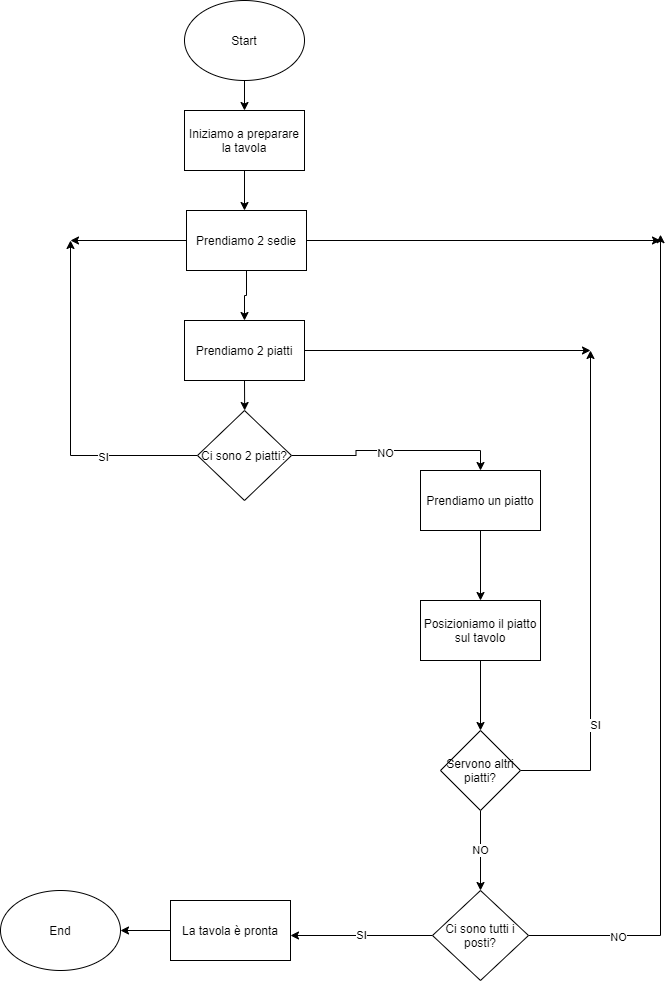
The draw.io diagram Img/Contare i posti a tavola di 2 in 2.png in davidemontagna/human-code, before a commit. Source tidied: cells renumbered, new cells last; positions are measured from the earlier drawing's top-left corner, leaving out a move shared by most shapes. Its diagram source:
```xml
<mxGraphModel>
  <root>
    <mxCell id="0" />
    <mxCell id="1" parent="0" />
    <mxCell id="2" style="edgeStyle=orthogonalEdgeStyle;rounded=0;jettySize=auto;html=1;" parent="1" edge="1" source="3" target="5">
      <mxGeometry relative="1" as="geometry" />
    </mxCell>
    <mxCell id="3" value="Start" style="ellipse;whiteSpace=wrap;html=1;" parent="1" vertex="1">
      <mxGeometry x="184" width="120" height="80" as="geometry" />
    </mxCell>
    <mxCell id="4" style="edgeStyle=orthogonalEdgeStyle;rounded=0;jettySize=auto;html=1;" parent="1" edge="1" source="5">
      <mxGeometry relative="1" as="geometry">
        <mxPoint x="244" y="210" as="targetPoint" />
      </mxGeometry>
    </mxCell>
    <mxCell id="5" value="Iniziamo a preparare la tavola" style="rounded=0;whiteSpace=wrap;html=1;" parent="1" vertex="1">
      <mxGeometry x="184" y="110" width="120" height="60" as="geometry" />
    </mxCell>
    <mxCell id="6" style="edgeStyle=orthogonalEdgeStyle;rounded=0;jettySize=auto;html=1;" parent="1" edge="1" source="9">
      <mxGeometry relative="1" as="geometry">
        <mxPoint x="244" y="320" as="targetPoint" />
      </mxGeometry>
    </mxCell>
    <mxCell id="7" style="edgeStyle=orthogonalEdgeStyle;rounded=0;jettySize=auto;html=1;" parent="1" edge="1" source="9">
      <mxGeometry relative="1" as="geometry">
        <mxPoint x="660" y="240" as="targetPoint" />
      </mxGeometry>
    </mxCell>
    <mxCell id="8" style="edgeStyle=orthogonalEdgeStyle;rounded=0;jettySize=auto;html=1;" parent="1" edge="1" source="9">
      <mxGeometry relative="1" as="geometry">
        <mxPoint x="70" y="240" as="targetPoint" />
      </mxGeometry>
    </mxCell>
    <mxCell id="9" value="Prendiamo 2 sedie" style="whiteSpace=wrap;html=1;" parent="1" vertex="1">
      <mxGeometry x="186" y="210" width="120" height="60" as="geometry" />
    </mxCell>
    <mxCell id="10" style="edgeStyle=orthogonalEdgeStyle;rounded=0;jettySize=auto;html=1;" parent="1" edge="1" source="11">
      <mxGeometry relative="1" as="geometry">
        <mxPoint x="480" y="600" as="targetPoint" />
      </mxGeometry>
    </mxCell>
    <mxCell id="11" value="Prendiamo un piatto" style="whiteSpace=wrap;html=1;" parent="1" vertex="1">
      <mxGeometry x="420" y="470" width="120" height="60" as="geometry" />
    </mxCell>
    <mxCell id="12" style="edgeStyle=orthogonalEdgeStyle;rounded=0;jettySize=auto;html=1;exitX=0.5;exitY=1;exitDx=0;exitDy=0;" parent="1" edge="1" source="14">
      <mxGeometry relative="1" as="geometry">
        <mxPoint x="244.2" y="410" as="targetPoint" />
      </mxGeometry>
    </mxCell>
    <mxCell id="13" style="edgeStyle=orthogonalEdgeStyle;rounded=0;jettySize=auto;html=1;" parent="1" edge="1" source="14">
      <mxGeometry relative="1" as="geometry">
        <mxPoint x="590" y="350" as="targetPoint" />
      </mxGeometry>
    </mxCell>
    <mxCell id="14" value="Prendiamo 2 piatti" style="whiteSpace=wrap;html=1;" parent="1" vertex="1">
      <mxGeometry x="184" y="320" width="120" height="60" as="geometry" />
    </mxCell>
    <mxCell id="15" style="edgeStyle=orthogonalEdgeStyle;rounded=0;jettySize=auto;html=1;" parent="1" edge="1" source="19">
      <mxGeometry relative="1" as="geometry">
        <mxPoint x="70" y="240" as="targetPoint" />
      </mxGeometry>
    </mxCell>
    <mxCell id="16" value="SI" style="edgeLabel;html=1;align=center;verticalAlign=middle;" parent="15" vertex="1">
      <mxGeometry x="-0.44" y="1" relative="1" as="geometry" />
    </mxCell>
    <mxCell id="17" style="edgeStyle=orthogonalEdgeStyle;rounded=0;jettySize=auto;html=1;exitX=1;exitY=0.5;exitDx=0;exitDy=0;entryX=0.5;entryY=0;entryDx=0;entryDy=0;" parent="1" edge="1" source="19" target="11">
      <mxGeometry relative="1" as="geometry" />
    </mxCell>
    <mxCell id="18" value="NO" style="edgeLabel;html=1;align=center;verticalAlign=middle;" parent="17" vertex="1">
      <mxGeometry x="-0.08" y="-2" relative="1" as="geometry" />
    </mxCell>
    <mxCell id="19" value="Ci sono 2 piatti?" style="rhombus;whiteSpace=wrap;html=1;" parent="1" vertex="1">
      <mxGeometry x="197" y="410" width="94" height="90" as="geometry" />
    </mxCell>
    <mxCell id="20" style="edgeStyle=orthogonalEdgeStyle;rounded=0;jettySize=auto;html=1;entryX=0.5;entryY=0;entryDx=0;entryDy=0;" parent="1" edge="1" source="21" target="25">
      <mxGeometry relative="1" as="geometry" />
    </mxCell>
    <mxCell id="21" value="Posizioniamo il piatto sul tavolo" style="whiteSpace=wrap;html=1;" parent="1" vertex="1">
      <mxGeometry x="420" y="600" width="120" height="60" as="geometry" />
    </mxCell>
    <mxCell id="22" style="edgeStyle=orthogonalEdgeStyle;rounded=0;jettySize=auto;html=1;exitX=1;exitY=0.5;exitDx=0;exitDy=0;" parent="1" edge="1" source="25">
      <mxGeometry relative="1" as="geometry">
        <mxPoint x="590" y="350" as="targetPoint" />
      </mxGeometry>
    </mxCell>
    <mxCell id="23" value="SI" style="edgeLabel;html=1;align=center;verticalAlign=middle;" parent="22" vertex="1">
      <mxGeometry x="-0.53" y="-4" relative="1" as="geometry" />
    </mxCell>
    <mxCell id="24" value="NO" style="edgeStyle=orthogonalEdgeStyle;rounded=0;jettySize=auto;html=1;entryX=0.5;entryY=0;entryDx=0;entryDy=0;" parent="1" edge="1" source="25" target="29">
      <mxGeometry relative="1" as="geometry" />
    </mxCell>
    <mxCell id="25" value="Servono altri piatti?" style="rhombus;whiteSpace=wrap;html=1;" parent="1" vertex="1">
      <mxGeometry x="440" y="730" width="80" height="80" as="geometry" />
    </mxCell>
    <mxCell id="26" style="edgeStyle=orthogonalEdgeStyle;rounded=0;jettySize=auto;html=1;" parent="1" edge="1" source="29">
      <mxGeometry relative="1" as="geometry">
        <mxPoint x="660" y="234.2" as="targetPoint" />
      </mxGeometry>
    </mxCell>
    <mxCell id="27" value="NO" style="edgeLabel;html=1;align=center;verticalAlign=middle;" parent="26" vertex="1">
      <mxGeometry x="-0.79" y="-1" relative="1" as="geometry" />
    </mxCell>
    <mxCell id="28" value="SI" style="edgeStyle=orthogonalEdgeStyle;rounded=0;jettySize=auto;html=1;" parent="1" edge="1" source="29">
      <mxGeometry relative="1" as="geometry">
        <mxPoint x="290" y="935" as="targetPoint" />
      </mxGeometry>
    </mxCell>
    <mxCell id="29" value="Ci sono tutti i posti?" style="rhombus;whiteSpace=wrap;html=1;" parent="1" vertex="1">
      <mxGeometry x="432" y="890" width="96" height="90" as="geometry" />
    </mxCell>
    <mxCell id="30" style="edgeStyle=orthogonalEdgeStyle;rounded=0;jettySize=auto;html=1;" parent="1" edge="1" source="31">
      <mxGeometry relative="1" as="geometry">
        <mxPoint x="120" y="930" as="targetPoint" />
      </mxGeometry>
    </mxCell>
    <mxCell id="31" value="La tavola è pronta" style="whiteSpace=wrap;html=1;" parent="1" vertex="1">
      <mxGeometry x="170" y="900" width="120" height="60" as="geometry" />
    </mxCell>
    <mxCell id="32" value="End" style="ellipse;whiteSpace=wrap;html=1;" parent="1" vertex="1">
      <mxGeometry y="890" width="120" height="80" as="geometry" />
    </mxCell>
  </root>
</mxGraphModel>
```
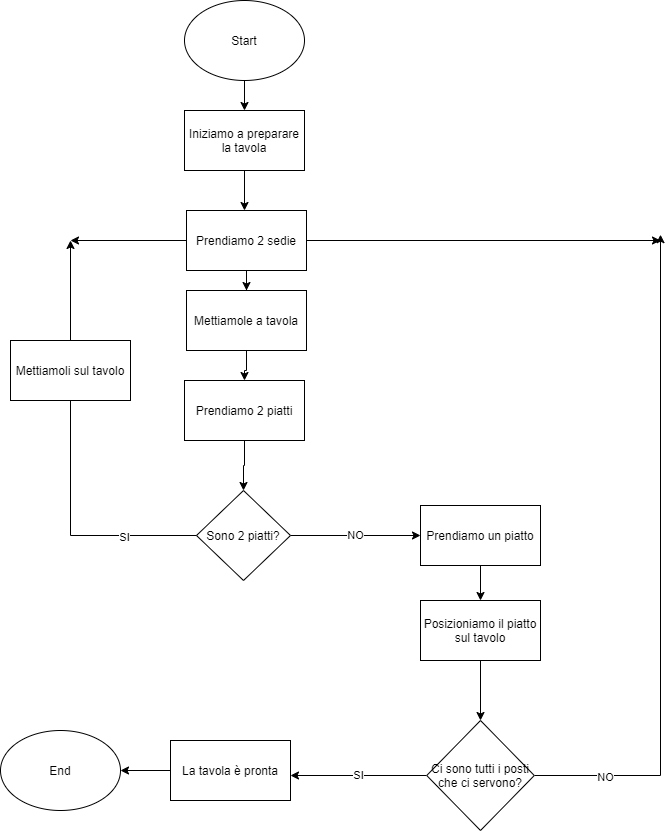
After the commit.

Commit message:
Correzione diagramma

What changed in the source:
```diff
@@ -16,11 +16,6 @@
     <mxCell id="5" value="Iniziamo a preparare la tavola" style="rounded=0;whiteSpace=wrap;html=1;" parent="1" vertex="1">
       <mxGeometry x="184" y="110" width="120" height="60" as="geometry" />
     </mxCell>
-    <mxCell id="6" style="edgeStyle=orthogonalEdgeStyle;rounded=0;jettySize=auto;html=1;" parent="1" edge="1" source="9">
-      <mxGeometry relative="1" as="geometry">
-        <mxPoint x="244" y="320" as="targetPoint" />
-      </mxGeometry>
-    </mxCell>
     <mxCell id="7" style="edgeStyle=orthogonalEdgeStyle;rounded=0;jettySize=auto;html=1;" parent="1" edge="1" source="9">
       <mxGeometry relative="1" as="geometry">
         <mxPoint x="660" y="240" as="targetPoint" />
@@ -31,6 +26,9 @@
         <mxPoint x="70" y="240" as="targetPoint" />
       </mxGeometry>
     </mxCell>
+    <mxCell id="33" style="edgeStyle=orthogonalEdgeStyle;rounded=0;jettySize=auto;html=1;entryX=0.5;entryY=0;entryDx=0;entryDy=0;" parent="1" edge="1" source="9" target="40">
+      <mxGeometry relative="1" as="geometry" />
+    </mxCell>
     <mxCell id="9" value="Prendiamo 2 sedie" style="whiteSpace=wrap;html=1;" parent="1" vertex="1">
       <mxGeometry x="186" y="210" width="120" height="60" as="geometry" />
     </mxCell>
@@ -40,58 +38,31 @@
       </mxGeometry>
     </mxCell>
     <mxCell id="11" value="Prendiamo un piatto" style="whiteSpace=wrap;html=1;" parent="1" vertex="1">
-      <mxGeometry x="420" y="470" width="120" height="60" as="geometry" />
+      <mxGeometry x="420" y="505" width="120" height="60" as="geometry" />
     </mxCell>
-    <mxCell id="12" style="edgeStyle=orthogonalEdgeStyle;rounded=0;jettySize=auto;html=1;exitX=0.5;exitY=1;exitDx=0;exitDy=0;" parent="1" edge="1" source="14">
-      <mxGeometry relative="1" as="geometry">
-        <mxPoint x="244.2" y="410" as="targetPoint" />
-      </mxGeometry>
-    </mxCell>
-    <mxCell id="13" style="edgeStyle=orthogonalEdgeStyle;rounded=0;jettySize=auto;html=1;" parent="1" edge="1" source="14">
-      <mxGeometry relative="1" as="geometry">
-        <mxPoint x="590" y="350" as="targetPoint" />
-      </mxGeometry>
-    </mxCell>
+    <mxCell id="34" style="edgeStyle=orthogonalEdgeStyle;rounded=0;jettySize=auto;html=1;entryX=0.5;entryY=0;entryDx=0;entryDy=0;" parent="1" edge="1" source="14" target="19">
+      <mxGeometry relative="1" as="geometry" />
+    </mxCell>
     <mxCell id="14" value="Prendiamo 2 piatti" style="whiteSpace=wrap;html=1;" parent="1" vertex="1">
-      <mxGeometry x="184" y="320" width="120" height="60" as="geometry" />
+      <mxGeometry x="184" y="380" width="120" height="60" as="geometry" />
     </mxCell>
-    <mxCell id="15" style="edgeStyle=orthogonalEdgeStyle;rounded=0;jettySize=auto;html=1;" parent="1" edge="1" source="19">
+    <mxCell id="15" style="edgeStyle=orthogonalEdgeStyle;rounded=0;jettySize=auto;html=1;startArrow=none;" parent="1" edge="1" source="36">
       <mxGeometry relative="1" as="geometry">
         <mxPoint x="70" y="240" as="targetPoint" />
       </mxGeometry>
     </mxCell>
-    <mxCell id="16" value="SI" style="edgeLabel;html=1;align=center;verticalAlign=middle;" parent="15" vertex="1">
-      <mxGeometry x="-0.44" y="1" relative="1" as="geometry" />
-    </mxCell>
-    <mxCell id="17" style="edgeStyle=orthogonalEdgeStyle;rounded=0;jettySize=auto;html=1;exitX=1;exitY=0.5;exitDx=0;exitDy=0;entryX=0.5;entryY=0;entryDx=0;entryDy=0;" parent="1" edge="1" source="19" target="11">
+    <mxCell id="17" value="NO" style="edgeStyle=orthogonalEdgeStyle;rounded=0;jettySize=auto;html=1;entryX=0;entryY=0.5;entryDx=0;entryDy=0;" parent="1" edge="1" source="19" target="11">
       <mxGeometry relative="1" as="geometry" />
     </mxCell>
-    <mxCell id="18" value="NO" style="edgeLabel;html=1;align=center;verticalAlign=middle;" parent="17" vertex="1">
-      <mxGeometry x="-0.08" y="-2" relative="1" as="geometry" />
-    </mxCell>
-    <mxCell id="19" value="Ci sono 2 piatti?" style="rhombus;whiteSpace=wrap;html=1;" parent="1" vertex="1">
-      <mxGeometry x="197" y="410" width="94" height="90" as="geometry" />
+    <mxCell id="19" value="Sono 2 piatti?" style="rhombus;whiteSpace=wrap;html=1;" parent="1" vertex="1">
+      <mxGeometry x="196" y="490" width="94" height="90" as="geometry" />
     </mxCell>
-    <mxCell id="20" style="edgeStyle=orthogonalEdgeStyle;rounded=0;jettySize=auto;html=1;entryX=0.5;entryY=0;entryDx=0;entryDy=0;" parent="1" edge="1" source="21" target="25">
-      <mxGeometry relative="1" as="geometry" />
-    </mxCell>
+    <mxCell id="35" style="edgeStyle=orthogonalEdgeStyle;rounded=0;jettySize=auto;html=1;entryX=0.5;entryY=0;entryDx=0;entryDy=0;" parent="1" edge="1" source="21" target="29">
+      <mxGeometry relative="1" as="geometry" />
+    </mxCell>
     <mxCell id="21" value="Posizioniamo il piatto sul tavolo" style="whiteSpace=wrap;html=1;" parent="1" vertex="1">
       <mxGeometry x="420" y="600" width="120" height="60" as="geometry" />
     </mxCell>
-    <mxCell id="22" style="edgeStyle=orthogonalEdgeStyle;rounded=0;jettySize=auto;html=1;exitX=1;exitY=0.5;exitDx=0;exitDy=0;" parent="1" edge="1" source="25">
-      <mxGeometry relative="1" as="geometry">
-        <mxPoint x="590" y="350" as="targetPoint" />
-      </mxGeometry>
-    </mxCell>
-    <mxCell id="23" value="SI" style="edgeLabel;html=1;align=center;verticalAlign=middle;" parent="22" vertex="1">
-      <mxGeometry x="-0.53" y="-4" relative="1" as="geometry" />
-    </mxCell>
-    <mxCell id="24" value="NO" style="edgeStyle=orthogonalEdgeStyle;rounded=0;jettySize=auto;html=1;entryX=0.5;entryY=0;entryDx=0;entryDy=0;" parent="1" edge="1" source="25" target="29">
-      <mxGeometry relative="1" as="geometry" />
-    </mxCell>
-    <mxCell id="25" value="Servono altri piatti?" style="rhombus;whiteSpace=wrap;html=1;" parent="1" vertex="1">
-      <mxGeometry x="440" y="730" width="80" height="80" as="geometry" />
-    </mxCell>
     <mxCell id="26" style="edgeStyle=orthogonalEdgeStyle;rounded=0;jettySize=auto;html=1;" parent="1" edge="1" source="29">
       <mxGeometry relative="1" as="geometry">
         <mxPoint x="660" y="234.2" as="targetPoint" />
@@ -102,22 +73,37 @@
     </mxCell>
     <mxCell id="28" value="SI" style="edgeStyle=orthogonalEdgeStyle;rounded=0;jettySize=auto;html=1;" parent="1" edge="1" source="29">
       <mxGeometry relative="1" as="geometry">
-        <mxPoint x="290" y="935" as="targetPoint" />
+        <mxPoint x="290" y="775" as="targetPoint" />
       </mxGeometry>
     </mxCell>
-    <mxCell id="29" value="Ci sono tutti i posti?" style="rhombus;whiteSpace=wrap;html=1;" parent="1" vertex="1">
-      <mxGeometry x="432" y="890" width="96" height="90" as="geometry" />
+    <mxCell id="29" value="Ci sono tutti i posti che ci servono?" style="rhombus;whiteSpace=wrap;html=1;" parent="1" vertex="1">
+      <mxGeometry x="426.2" y="720" width="107.6" height="110" as="geometry" />
     </mxCell>
     <mxCell id="30" style="edgeStyle=orthogonalEdgeStyle;rounded=0;jettySize=auto;html=1;" parent="1" edge="1" source="31">
       <mxGeometry relative="1" as="geometry">
-        <mxPoint x="120" y="930" as="targetPoint" />
+        <mxPoint x="120" y="770" as="targetPoint" />
       </mxGeometry>
     </mxCell>
     <mxCell id="31" value="La tavola è pronta" style="whiteSpace=wrap;html=1;" parent="1" vertex="1">
-      <mxGeometry x="170" y="900" width="120" height="60" as="geometry" />
+      <mxGeometry x="170" y="740" width="120" height="60" as="geometry" />
     </mxCell>
     <mxCell id="32" value="End" style="ellipse;whiteSpace=wrap;html=1;" parent="1" vertex="1">
-      <mxGeometry y="890" width="120" height="80" as="geometry" />
+      <mxGeometry y="730" width="120" height="80" as="geometry" />
     </mxCell>
+    <mxCell id="36" value="Mettiamoli sul tavolo" style="rounded=0;whiteSpace=wrap;html=1;" parent="1" vertex="1">
+      <mxGeometry x="10" y="340" width="120" height="60" as="geometry" />
+    </mxCell>
+    <mxCell id="37" style="edgeStyle=orthogonalEdgeStyle;rounded=0;jettySize=auto;html=1;endArrow=none;" parent="1" edge="1" source="19" target="36">
+      <mxGeometry relative="1" as="geometry" />
+    </mxCell>
+    <mxCell id="38" value="SI" style="edgeLabel;html=1;align=center;verticalAlign=middle;" parent="37" vertex="1">
+      <mxGeometry x="-0.44" y="1" relative="1" as="geometry" />
+    </mxCell>
+    <mxCell id="39" style="edgeStyle=orthogonalEdgeStyle;rounded=0;jettySize=auto;html=1;entryX=0.5;entryY=0;entryDx=0;entryDy=0;" parent="1" edge="1" source="40" target="14">
+      <mxGeometry relative="1" as="geometry" />
+    </mxCell>
+    <mxCell id="40" value="Mettiamole a tavola" style="whiteSpace=wrap;html=1;" parent="1" vertex="1">
+      <mxGeometry x="186" y="290" width="120" height="60" as="geometry" />
+    </mxCell>
   </root>
 </mxGraphModel>
```
